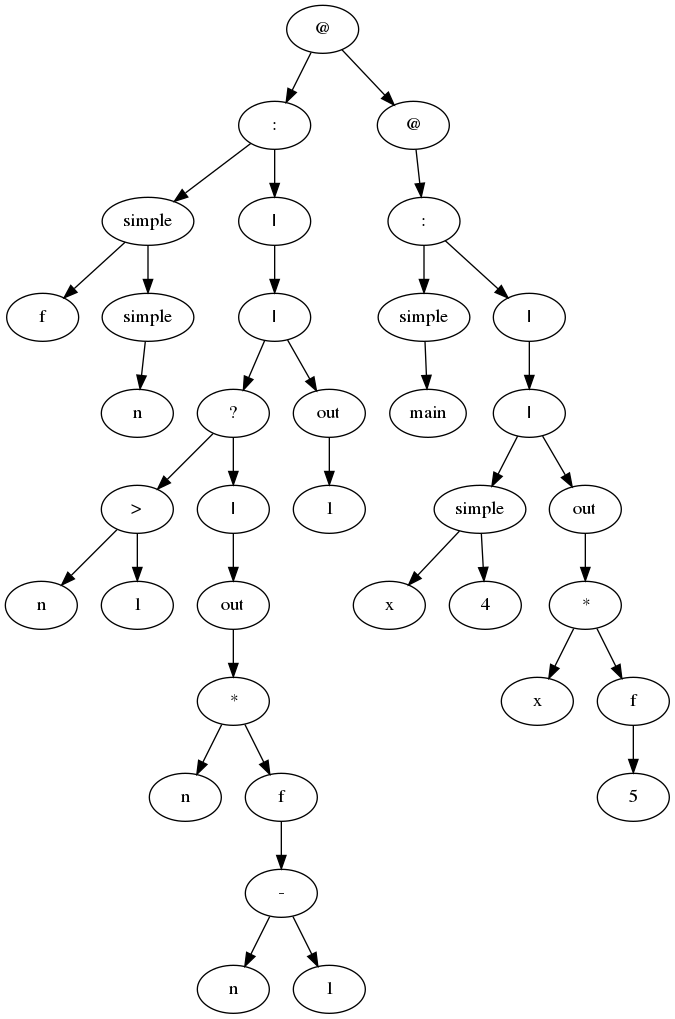
Before: tree.png, a diagram exported from Graphviz (exucutional/proglang). Its source is kept beside it as tree.dot.
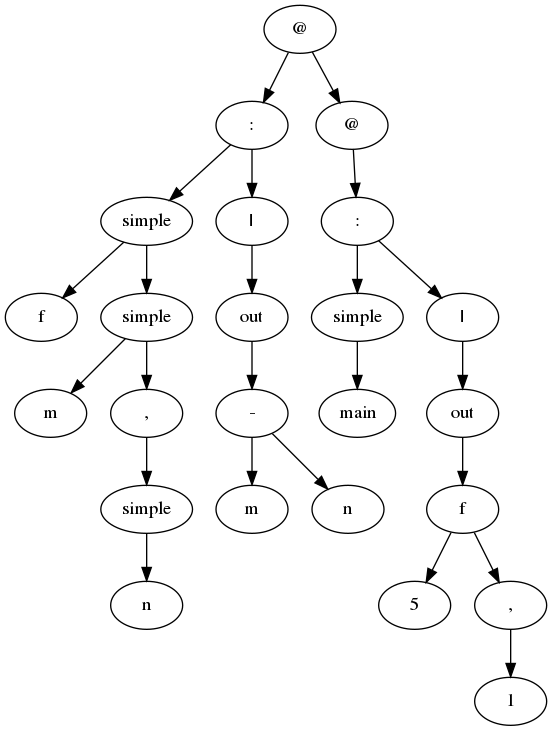
The same diagram one commit later.

The edit, as a diff of the source:
```diff
@@ -15,81 +15,50 @@
 8 [label="simple"];
 4 -> 8;
 8 [label="simple"];
-10 [label="n"];
+10 [label="m"];
 8 -> 10;
+11 [label=","];
+8 -> 11;
+11 [label=","];
+14 [label="simple"];
+11 -> 14;
+14 [label="simple"];
+16 [label="n"];
+14 -> 16;
 5 [label="|"];
-13 [label="|"];
-5 -> 13;
-13 [label="|"];
-16 [label="?"];
-13 -> 16;
-17 [label="out"];
-13 -> 17;
-16 [label="?"];
-19 [label=">"];
-16 -> 19;
-20 [label="|"];
-16 -> 20;
-19 [label=">"];
-22 [label="n"];
+19 [label="out"];
+5 -> 19;
+19 [label="out"];
+22 [label="-"];
 19 -> 22;
-23 [label=1];
-19 -> 23;
-20 [label="|"];
-25 [label="out"];
-20 -> 25;
-25 [label="out"];
-28 [label="*"];
-25 -> 28;
-28 [label="*"];
-31 [label="n"];
+22 [label="-"];
+25 [label="m"];
+22 -> 25;
+26 [label="n"];
+22 -> 26;
+2 [label="@"];
+28 [label=":"];
+2 -> 28;
+28 [label=":"];
+31 [label="simple"];
 28 -> 31;
-32 [label="f"];
+32 [label="|"];
 28 -> 32;
-32 [label="f"];
-34 [label="-"];
-32 -> 34;
-34 [label="-"];
-37 [label="n"];
-34 -> 37;
-38 [label=1];
-34 -> 38;
-17 [label="out"];
-40 [label=1];
-17 -> 40;
-2 [label="@"];
-43 [label=":"];
-2 -> 43;
-43 [label=":"];
-46 [label="simple"];
-43 -> 46;
-47 [label="|"];
-43 -> 47;
-46 [label="simple"];
-49 [label="main"];
-46 -> 49;
-47 [label="|"];
-52 [label="|"];
-47 -> 52;
-52 [label="|"];
-55 [label="simple"];
-52 -> 55;
-56 [label="out"];
-52 -> 56;
-55 [label="simple"];
-58 [label="x"];
-55 -> 58;
-59 [label=4];
-55 -> 59;
-56 [label="out"];
-61 [label="*"];
-56 -> 61;
-61 [label="*"];
-64 [label="x"];
-61 -> 64;
-65 [label="f"];
-61 -> 65;
-65 [label="f"];
-67 [label=5];
-65 -> 67;
+31 [label="simple"];
+34 [label="main"];
+31 -> 34;
+32 [label="|"];
+37 [label="out"];
+32 -> 37;
+37 [label="out"];
+40 [label="f"];
+37 -> 40;
+40 [label="f"];
+43 [label=5];
+40 -> 43;
+44 [label=","];
+40 -> 44;
+44 [label=","];
+46 [label=1];
+44 -> 46;
 }
```
